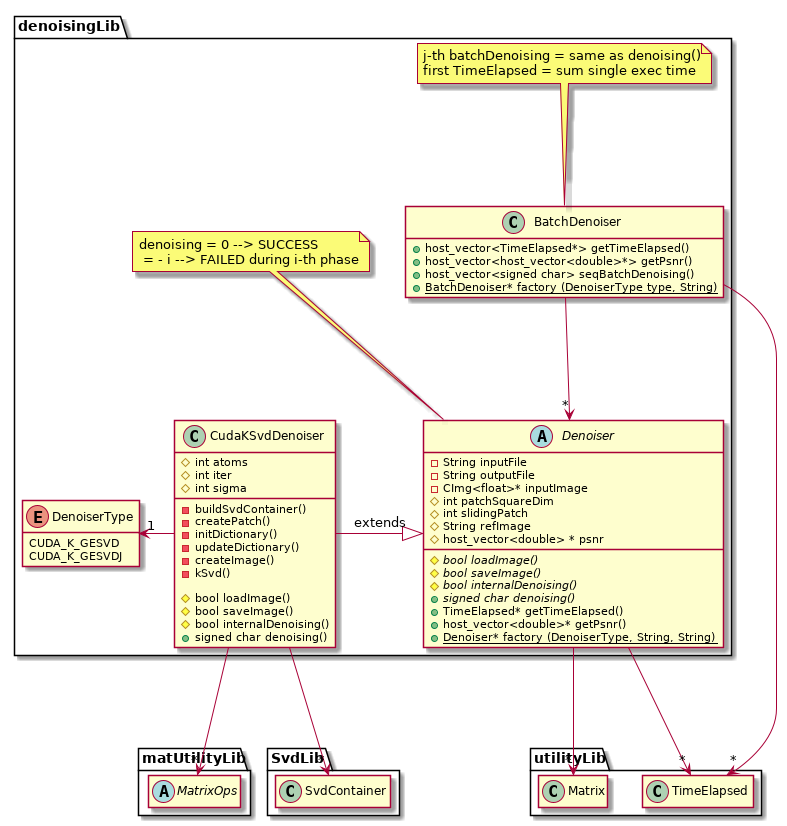
The PlantUML diagram uml/out/uml/src/DenoisingDiagram.png in newfla/CUDA-K-SVD-Denoising, before a commit.
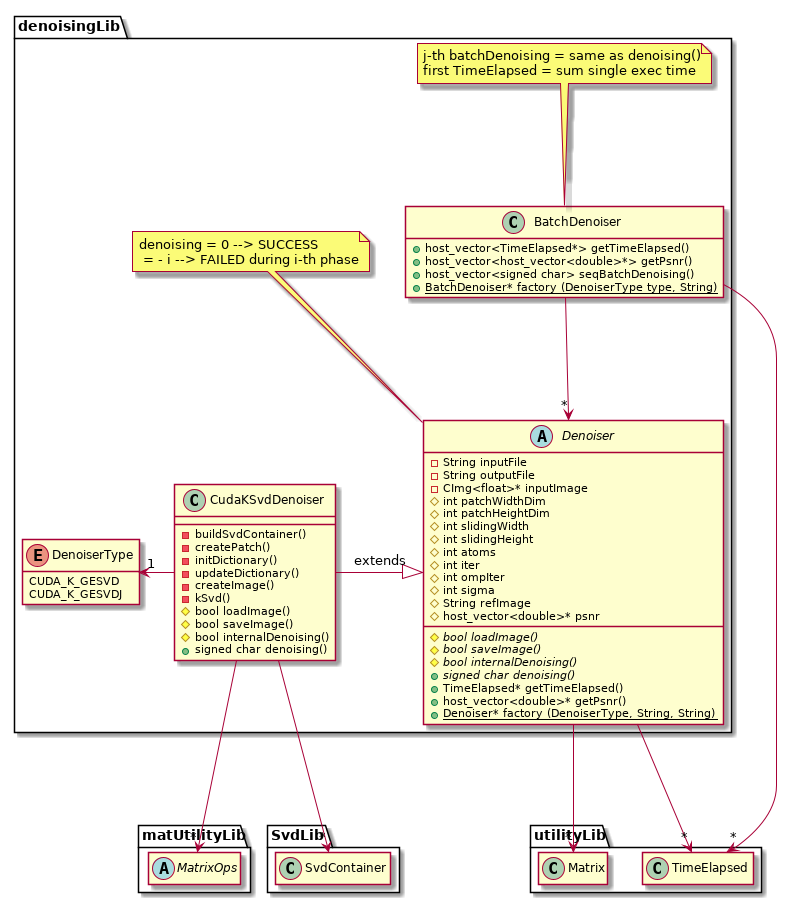
The same diagram one commit later.

What changed in the source:
```diff
@@ -11,10 +11,16 @@
         - String inputFile
         - String outputFile
         - CImg<float>* inputImage
-        # int patchSquareDim
-        # int slidingPatch
+        # int patchWidthDim
+        # int patchHeightDim
+        # int slidingWidth
+        # int slidingHeight
+        # int atoms
+        # int iter
+        #int ompIter
+        # int sigma
         # String refImage
-        # host_vector<double> * psnr
+        # host_vector<double>* psnr
 
         {abstract} # bool loadImage()
         {abstract} # bool saveImage()
@@ -28,9 +34,6 @@
     note top: denoising = 0 --> SUCCESS\n = - i --> FAILED during i-th phase
 
     class CudaKSvdDenoiser{
-        # int atoms
-        # int iter
-        # int sigma
 
         - buildSvdContainer()
         - createPatch()
```
